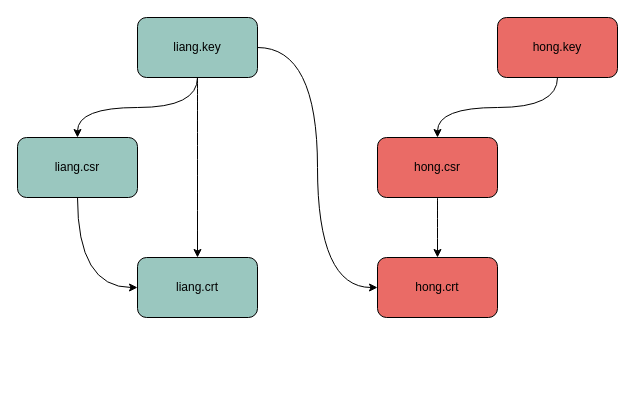
Before: src/tls.drawio in ab-doc/draw.io, a draw.io diagram. Source tidied: cells renumbered, new cells numbered last; positions are measured from the earlier drawing's top-left corner, leaving out a move shared by most shapes. Both pictures are drawn from the tidied source at 100%, with x=0, y=0 at pixel (17, 17).
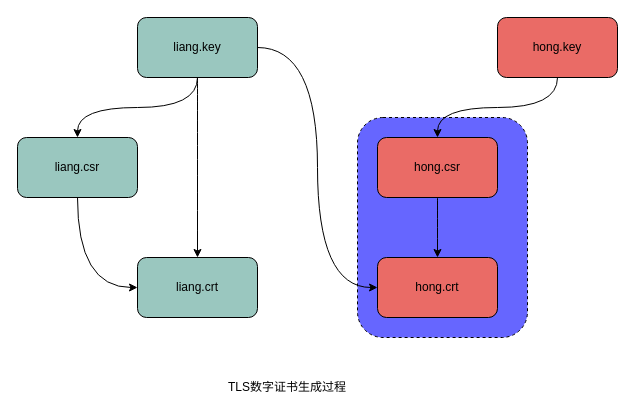
The same page after the edit.

Change to the diagram source:
```diff
@@
 <mxGraphModel>
   <root>
     <mxCell id="0" />
     <mxCell id="1" parent="0" />
+    <mxCell id="14" style="rounded=1;whiteSpace=wrap;html=1;fillColor=#6666FF;dashed=1;" parent="1" vertex="1">
+      <mxGeometry x="340" y="100" width="170" height="220" as="geometry" />
+    </mxCell>
     <mxCell id="2" style="edgeStyle=orthogonalEdgeStyle;rounded=0;jettySize=auto;html=1;curved=1;" parent="1" edge="1" source="5" target="8">
       <mxGeometry relative="1" as="geometry" />
     </mxCell>
     <mxCell id="3" style="edgeStyle=orthogonalEdgeStyle;curved=1;rounded=0;jettySize=auto;html=1;" parent="1" edge="1" source="5" target="6">
       <mxGeometry relative="1" as="geometry" />
     </mxCell>
     <mxCell id="4" style="edgeStyle=orthogonalEdgeStyle;curved=1;rounded=0;jettySize=auto;html=1;entryX=0;entryY=0.5;entryDx=0;entryDy=0;" parent="1" edge="1" source="5" target="13">
       <mxGeometry relative="1" as="geometry" />
     </mxCell>
     <mxCell id="5" value="liang.key" style="rounded=1;whiteSpace=wrap;html=1;fillColor=#9AC7BF;" parent="1" vertex="1">
       <mxGeometry x="120" width="120" height="60" as="geometry" />
     </mxCell>
     <mxCell id="6" value="liang.crt" style="rounded=1;whiteSpace=wrap;html=1;fillColor=#9AC7BF;" parent="1" vertex="1">
       <mxGeometry x="120" y="240" width="120" height="60" as="geometry" />
     </mxCell>
     <mxCell id="7" style="edgeStyle=orthogonalEdgeStyle;curved=1;rounded=0;jettySize=auto;html=1;entryX=0;entryY=0.5;entryDx=0;entryDy=0;" parent="1" edge="1" source="8" target="6">
       <mxGeometry relative="1" as="geometry" />
     </mxCell>
     <mxCell id="8" value="liang.csr" style="rounded=1;whiteSpace=wrap;html=1;fillColor=#9AC7BF;" parent="1" vertex="1">
       <mxGeometry y="120" width="120" height="60" as="geometry" />
     </mxCell>
     <mxCell id="9" style="edgeStyle=orthogonalEdgeStyle;curved=1;rounded=0;jettySize=auto;html=1;" parent="1" edge="1" source="10" target="12">
       <mxGeometry relative="1" as="geometry" />
     </mxCell>
     <mxCell id="10" value="hong.key" style="rounded=1;whiteSpace=wrap;html=1;fillColor=#EA6B66;" parent="1" vertex="1">
       <mxGeometry x="480" width="120" height="60" as="geometry" />
     </mxCell>
     <mxCell id="11" style="edgeStyle=orthogonalEdgeStyle;curved=1;rounded=0;jettySize=auto;html=1;" parent="1" edge="1" source="12" target="13">
       <mxGeometry relative="1" as="geometry" />
     </mxCell>
     <mxCell id="12" value="hong.csr" style="rounded=1;whiteSpace=wrap;html=1;fillColor=#EA6B66;" parent="1" vertex="1">
       <mxGeometry x="360" y="120" width="120" height="60" as="geometry" />
     </mxCell>
     <mxCell id="13" value="hong.crt" style="rounded=1;whiteSpace=wrap;html=1;fillColor=#EA6B66;" parent="1" vertex="1">
       <mxGeometry x="360" y="240" width="120" height="60" as="geometry" />
     </mxCell>
+    <mxCell id="15" value="TLS数字证书生成过程" style="text;html=1;strokeColor=none;fillColor=none;align=center;verticalAlign=middle;whiteSpace=wrap;rounded=0;dashed=1;" parent="1" vertex="1">
+      <mxGeometry x="200" y="360" width="140" height="20" as="geometry" />
+    </mxCell>
   </root>
 </mxGraphModel>
```
